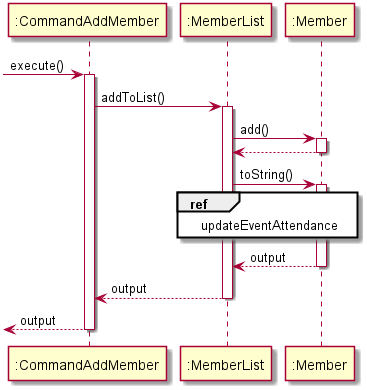
Earlier version of the PlantUML export docs/hrDiagramPic/CommandAddMember.png (nus-cs2113-AY2021S1/tp).
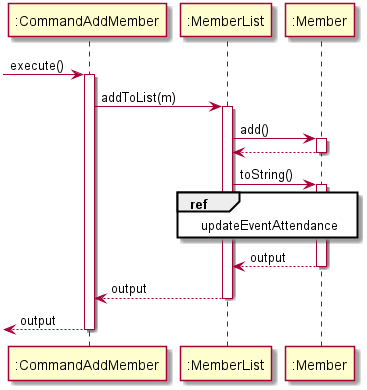
After the change.

Change to the diagram source:
```diff
@@ -3,7 +3,7 @@
 
 
 activate ":CommandAddMember"
-":CommandAddMember" -> ":MemberList" : addToList()
+":CommandAddMember" -> ":MemberList" : addToList(m)
 activate ":MemberList"
 ":MemberList" -> ":Member": add()
 activate ":Member"
```
